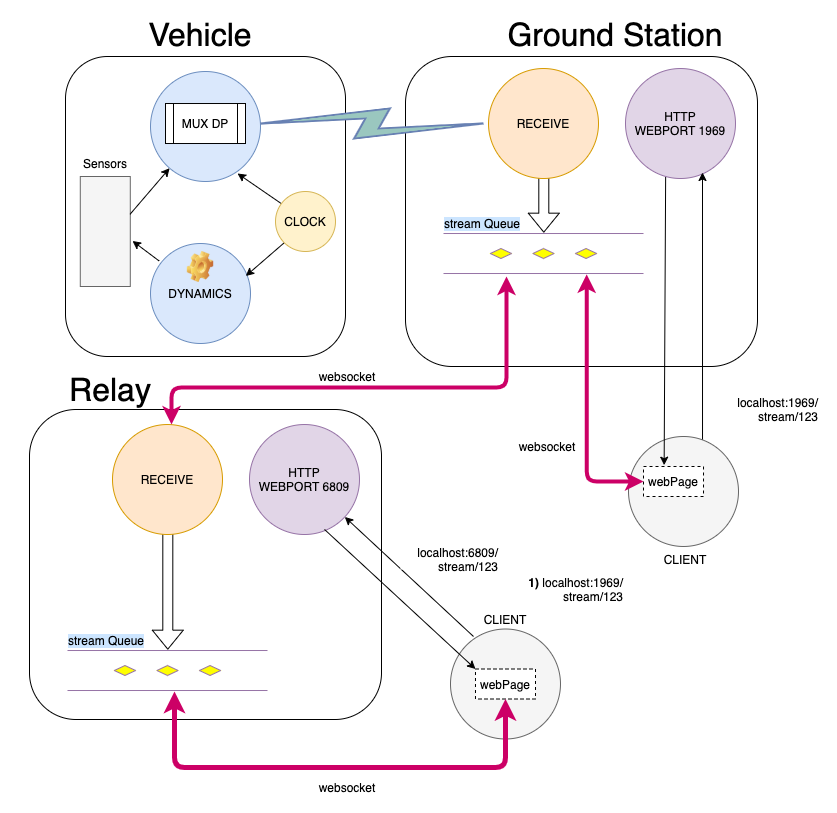
Above: daq.png in crmathieu/daq (draw.io), before the change. Source tidied: cells renumbered, new cells last; positions are measured from the earlier drawing's top-left corner, leaving out a move shared by most shapes.
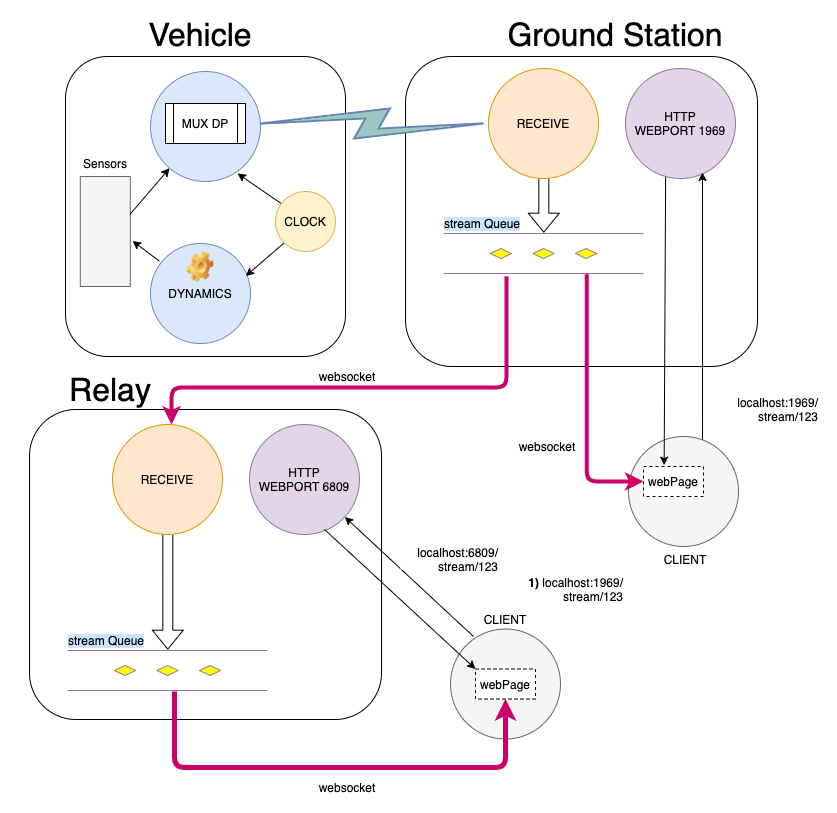
After the change.

What changed in the source:
```diff
@@ -88,7 +88,7 @@
     <mxCell id="28" value="CLIENT" style="text;html=1;strokeColor=none;fillColor=none;align=center;verticalAlign=middle;whiteSpace=wrap;rounded=0;labelBackgroundColor=none;" parent="1" vertex="1">
       <mxGeometry x="650" y="537" width="40" height="20" as="geometry" />
     </mxCell>
-    <mxCell id="29" style="edgeStyle=segmentEdgeStyle;endArrow=classic;html=1;exitX=0;exitY=0.5;exitDx=0;exitDy=0;entryX=0.716;entryY=1.021;entryDx=0;entryDy=0;entryPerimeter=0;strokeColor=#CC0066;strokeWidth=4;startArrow=classic;startFill=1;" parent="1" edge="1" source="27" target="18">
+    <mxCell id="29" style="edgeStyle=segmentEdgeStyle;endArrow=none;html=1;exitX=0;exitY=0.5;exitDx=0;exitDy=0;entryX=0.716;entryY=1.021;entryDx=0;entryDy=0;entryPerimeter=0;strokeColor=#CC0066;strokeWidth=4;startArrow=classic;startFill=1;endFill=0;" parent="1" edge="1" source="27" target="18">
       <mxGeometry relative="1" as="geometry" />
     </mxCell>
     <mxCell id="30" value="websocket" style="text;html=1;strokeColor=none;fillColor=none;align=center;verticalAlign=middle;whiteSpace=wrap;rounded=0;dashed=1;labelBackgroundColor=none;" parent="1" vertex="1">
@@ -112,7 +112,7 @@
     <mxCell id="36" value="HTTP&lt;br&gt;WEBPORT 6809" style="ellipse;whiteSpace=wrap;html=1;fillColor=#e1d5e7;strokeColor=#9673a6;" parent="1" vertex="1">
       <mxGeometry x="234" y="412" width="110" height="110" as="geometry" />
     </mxCell>
-    <mxCell id="37" style="edgeStyle=elbowEdgeStyle;elbow=vertical;endArrow=classic;html=1;strokeColor=#CC0066;strokeWidth=4;entryX=0.315;entryY=1.075;entryDx=0;entryDy=0;entryPerimeter=0;startArrow=classic;startFill=1;" parent="1" edge="1" target="18">
+    <mxCell id="37" style="edgeStyle=elbowEdgeStyle;elbow=vertical;endArrow=none;html=1;strokeColor=#CC0066;strokeWidth=4;entryX=0.315;entryY=1.075;entryDx=0;entryDy=0;entryPerimeter=0;startArrow=classic;startFill=1;endFill=0;" parent="1" edge="1" target="18">
       <mxGeometry relative="1" as="geometry">
         <mxPoint x="156" y="412" as="sourcePoint" />
         <Array as="points">
@@ -138,7 +138,7 @@
     <mxCell id="43" style="endArrow=classic;html=1;strokeColor=#000000;strokeWidth=1;exitX=0.682;exitY=0.954;exitDx=0;exitDy=0;exitPerimeter=0;entryX=0;entryY=0;entryDx=0;entryDy=0;" parent="1" edge="1" source="36" target="40">
       <mxGeometry relative="1" as="geometry" />
     </mxCell>
-    <mxCell id="44" style="edgeStyle=elbowEdgeStyle;elbow=vertical;endArrow=classic;html=1;strokeColor=#CC0066;strokeWidth=5;entryX=0.535;entryY=1.025;entryDx=0;entryDy=0;entryPerimeter=0;exitX=0.5;exitY=1;exitDx=0;exitDy=0;startArrow=classic;startFill=1;" parent="1" edge="1" source="40" target="32">
+    <mxCell id="44" style="edgeStyle=elbowEdgeStyle;elbow=vertical;endArrow=none;html=1;strokeColor=#CC0066;strokeWidth=5;entryX=0.535;entryY=1.025;entryDx=0;entryDy=0;entryPerimeter=0;exitX=0.5;exitY=1;exitDx=0;exitDy=0;startArrow=classic;startFill=1;endFill=0;" parent="1" edge="1" source="40" target="32">
       <mxGeometry relative="1" as="geometry">
         <Array as="points">
           <mxPoint x="495" y="755" />
```
